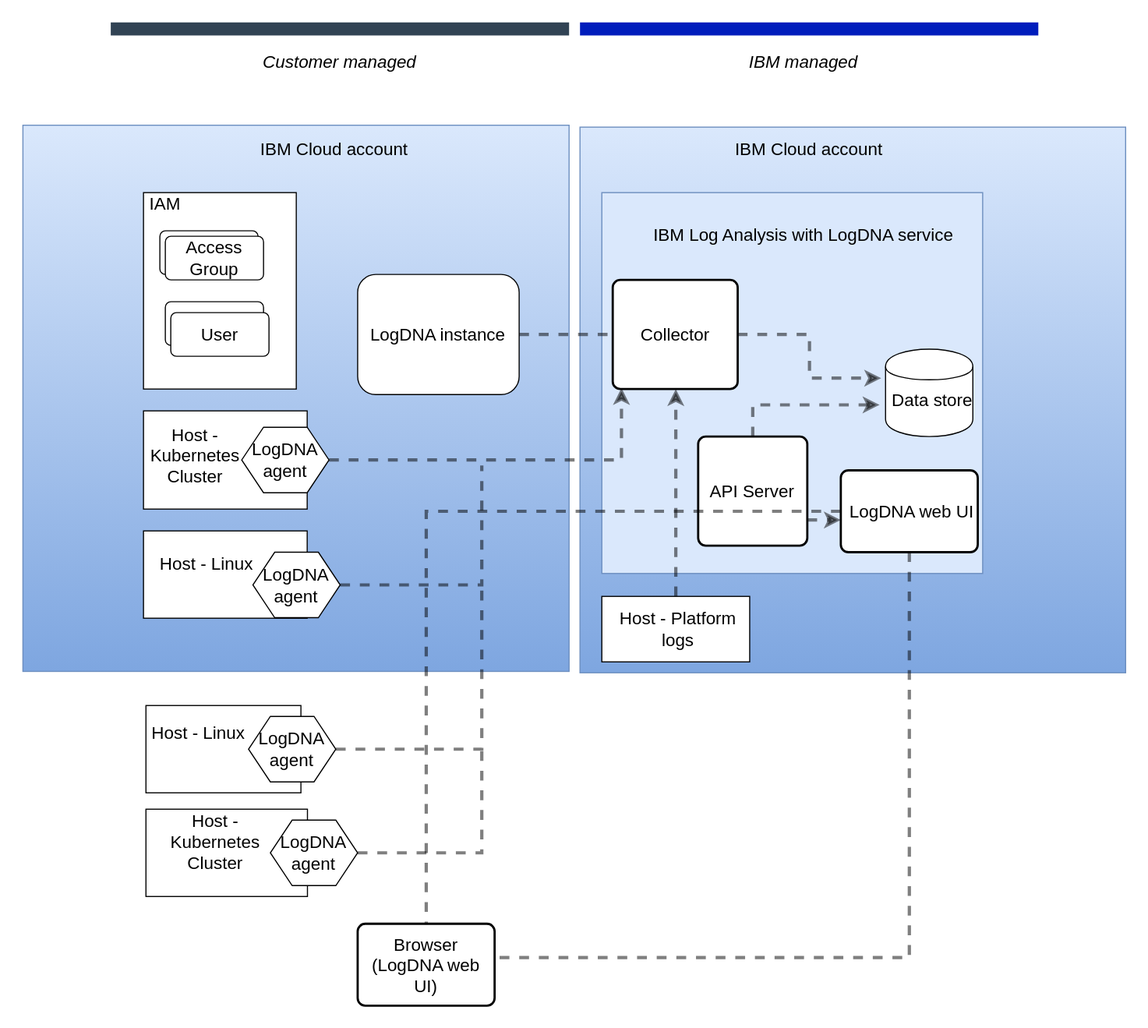
The draw.io diagram images/Logging-arch.svg in ibm-cloud-docs/log-analysis, before a commit. Source tidied: cells renumbered, new cells last; positions are measured from the earlier drawing's top-left corner, leaving out a move shared by most shapes.
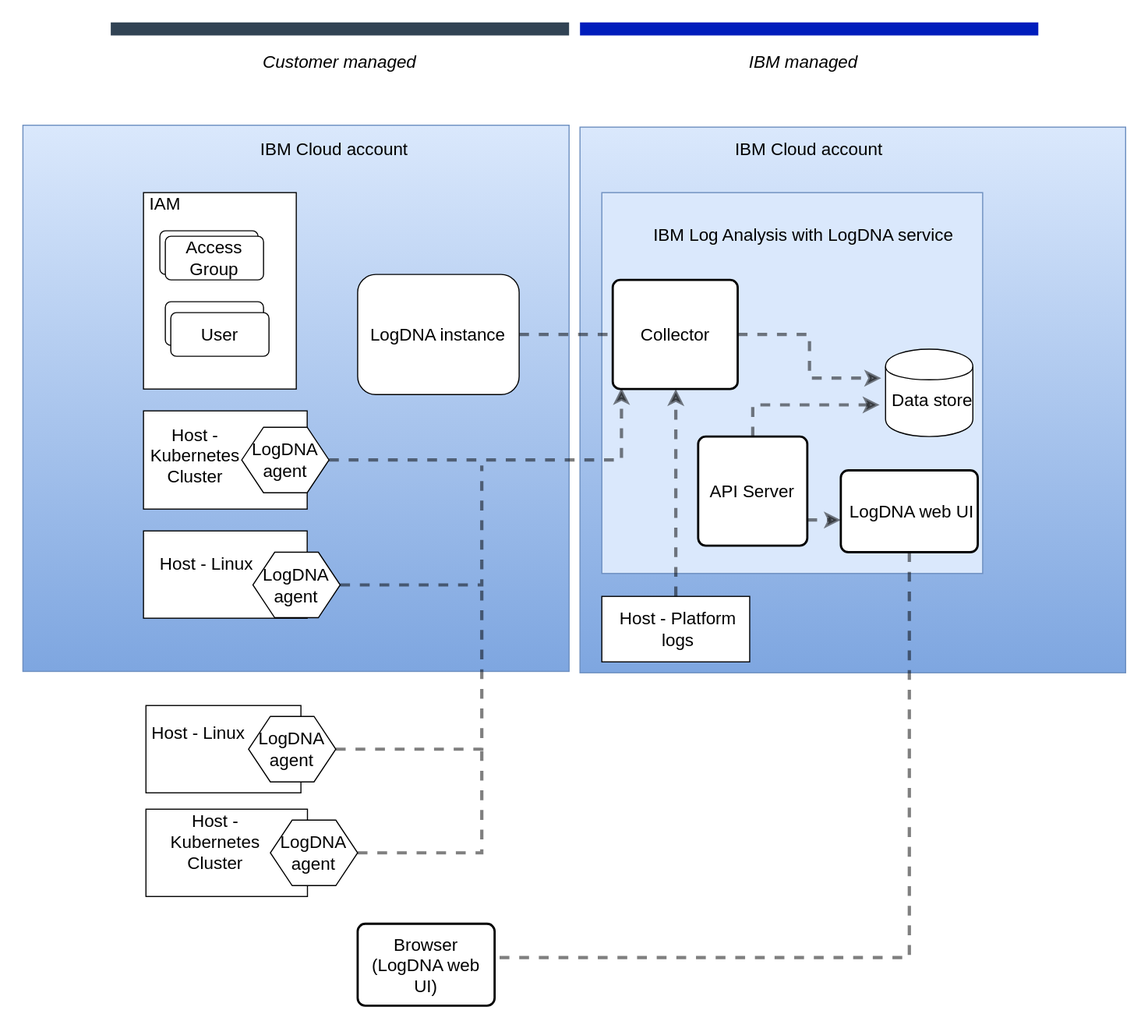
Later version of the same file.

The edit, as a diff of the source:
```diff
@@ -107,9 +107,6 @@
     <mxCell id="30" value="API Server" style="rounded=1;whiteSpace=wrap;html=1;absoluteArcSize=1;arcSize=14;strokeWidth=2;fontSize=16;" parent="1" vertex="1">
       <mxGeometry x="618.3" y="373.5" width="100" height="100" as="geometry" />
     </mxCell>
-    <mxCell id="31" style="edgeStyle=orthogonalEdgeStyle;rounded=0;comic=0;jumpStyle=none;jumpSize=9;jettySize=auto;html=1;dashed=1;endArrow=none;endFill=0;endSize=6;strokeColor=#000000;strokeWidth=3;fontSize=16;opacity=50;" parent="1" edge="1" source="33" target="34">
-      <mxGeometry relative="1" as="geometry" />
-    </mxCell>
     <mxCell id="32" style="edgeStyle=orthogonalEdgeStyle;rounded=0;comic=0;jumpStyle=none;jumpSize=9;jettySize=auto;html=1;dashed=1;endArrow=none;endFill=0;endSize=6;strokeColor=#000000;strokeWidth=3;fontSize=16;opacity=50;entryX=1.018;entryY=0.413;entryDx=0;entryDy=0;entryPerimeter=0;" parent="1" edge="1" source="33" target="34">
       <mxGeometry relative="1" as="geometry">
         <Array as="points">
```
